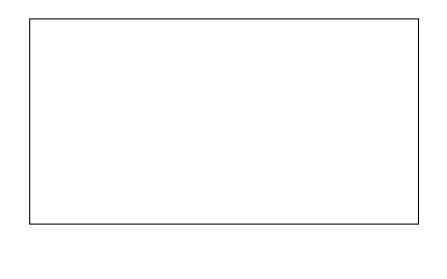
This is GUI.drawio from slarsen1706/GUISystem, a draw.io file, before an edit. Source tidied: cells renumbered, new cells numbered last; positions are measured from the earlier drawing's top-left corner, leaving out a move shared by most shapes. Both pictures are drawn from the tidied source at 108%, with x=0, y=0 at pixel (29, 18).
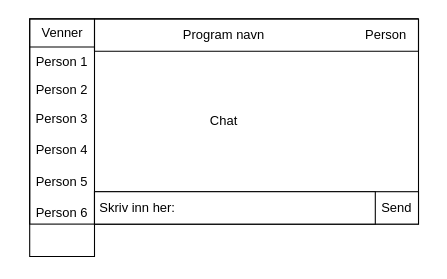
After the change.

Change to the diagram source:
```diff
@@
 <mxGraphModel>
   <root>
     <mxCell id="0" />
     <mxCell id="1" parent="0" />
-    <mxCell id="2" style="whiteSpace=wrap;html=1;" parent="1" vertex="1">
+    <mxCell id="2" value="Chat" style="whiteSpace=wrap;html=1;" parent="1" vertex="1">
       <mxGeometry width="360" height="190" as="geometry" />
     </mxCell>
+    <mxCell id="3" value="Venner" style="swimlane;fontStyle=0;horizontal=1;startSize=26;fillColor=none;html=1;" parent="1" vertex="1">
+      <mxGeometry width="60" height="220" as="geometry" />
+    </mxCell>
+    <mxCell id="4" value="Person 1" style="text;strokeColor=none;fillColor=none;align=left;verticalAlign=top;spacingLeft=4;spacingRight=4;overflow=hidden;whiteSpace=wrap;html=1;" parent="3" vertex="1">
+      <mxGeometry y="26" width="60" height="26" as="geometry" />
+    </mxCell>
+    <mxCell id="5" value="Person 2" style="text;strokeColor=none;fillColor=none;align=left;verticalAlign=top;spacingLeft=4;spacingRight=4;overflow=hidden;whiteSpace=wrap;html=1;" parent="3" vertex="1">
+      <mxGeometry y="52" width="60" height="26" as="geometry" />
+    </mxCell>
+    <mxCell id="6" value="Person 3" style="text;html=1;strokeColor=none;fillColor=none;align=center;verticalAlign=middle;whiteSpace=wrap;rounded=0;" parent="3" vertex="1">
+      <mxGeometry y="78" width="60" height="30" as="geometry" />
+    </mxCell>
+    <mxCell id="7" value="Person 4&lt;br&gt;&lt;br&gt;Person 5&lt;br&gt;&lt;br&gt;Person 6" style="text;strokeColor=none;fillColor=none;align=left;verticalAlign=top;spacingLeft=4;spacingRight=4;overflow=hidden;whiteSpace=wrap;html=1;" parent="3" vertex="1">
+      <mxGeometry y="108" width="60" height="112" as="geometry" />
+    </mxCell>
+    <mxCell id="8" style="swimlane;startSize=0;" parent="1" vertex="1">
+      <mxGeometry x="60" width="300" height="30" as="geometry" />
+    </mxCell>
+    <mxCell id="9" value="Person" style="text;html=1;strokeColor=none;fillColor=none;align=center;verticalAlign=middle;whiteSpace=wrap;rounded=0;" parent="1" vertex="1">
+      <mxGeometry x="300" width="60" height="30" as="geometry" />
+    </mxCell>
+    <mxCell id="10" value="Program navn" style="text;html=1;strokeColor=none;fillColor=none;align=center;verticalAlign=middle;whiteSpace=wrap;rounded=0;" parent="1" vertex="1">
+      <mxGeometry x="90" width="180" height="30" as="geometry" />
+    </mxCell>
+    <mxCell id="11" style="rounded=0;whiteSpace=wrap;html=1;" parent="1" vertex="1">
+      <mxGeometry x="60" y="160" width="300" height="30" as="geometry" />
+    </mxCell>
+    <mxCell id="12" style="rounded=0;whiteSpace=wrap;html=1;" parent="1" vertex="1">
+      <mxGeometry x="60" y="160" width="260" height="30" as="geometry" />
+    </mxCell>
+    <mxCell id="13" value="Skriv inn her:" style="text;html=1;strokeColor=none;fillColor=none;align=center;verticalAlign=middle;whiteSpace=wrap;rounded=0;" parent="1" vertex="1">
+      <mxGeometry x="-10" y="160" width="220" height="30" as="geometry" />
+    </mxCell>
+    <mxCell id="14" value="Send" style="text;html=1;strokeColor=none;fillColor=none;align=center;verticalAlign=middle;whiteSpace=wrap;rounded=0;" parent="1" vertex="1">
+      <mxGeometry x="310" y="160" width="60" height="30" as="geometry" />
+    </mxCell>
   </root>
 </mxGraphModel>
```
